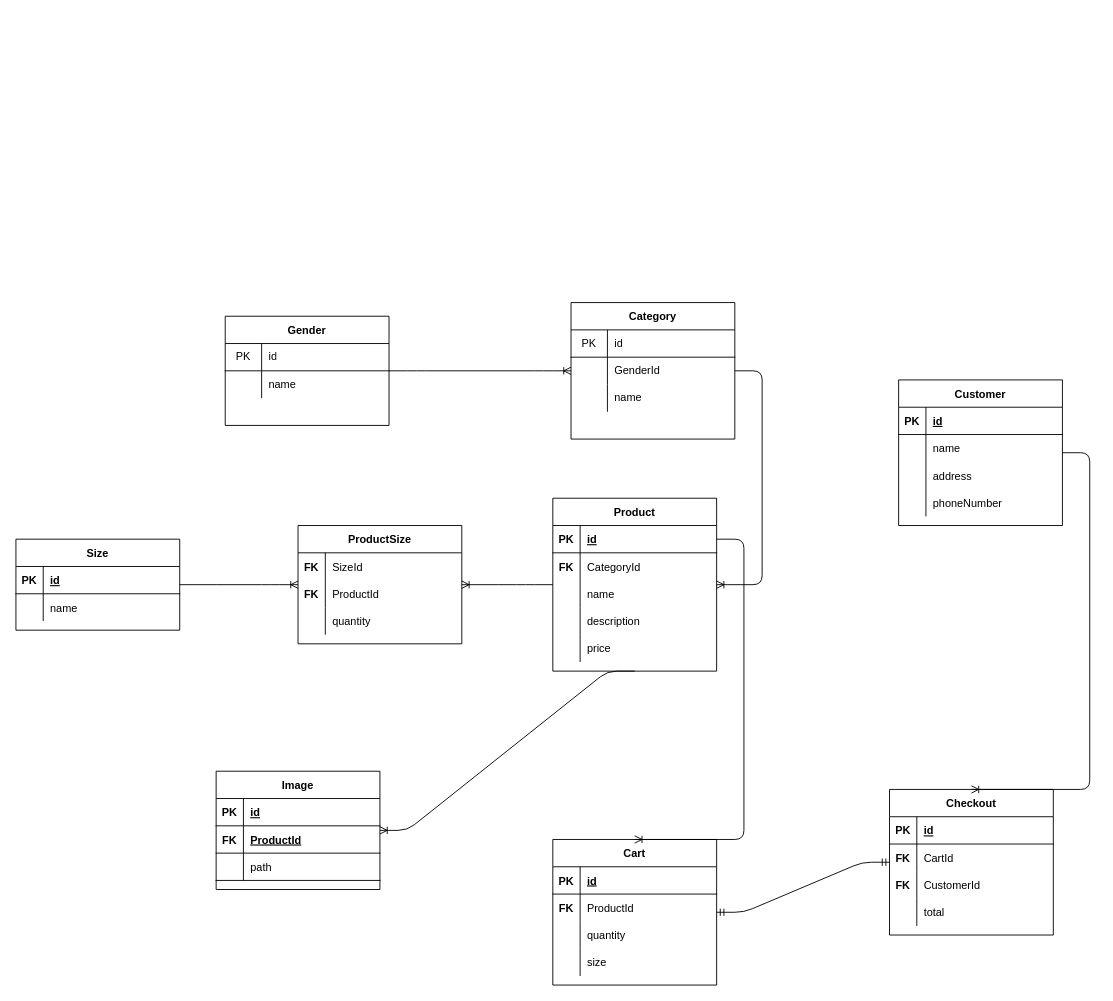
The draw.io diagram page "Relational" (2 of 2) of UML/sequelize-cli.drawio in pOpPyShield/EcommerceWebFinal, before the edit. Source tidied: cells renumbered, new cells numbered last; positions are measured from the earlier drawing's top-left corner, leaving out a move shared by most shapes. Both pictures are drawn from the tidied source at 91%, with x=0, y=0 at pixel (15, 302).
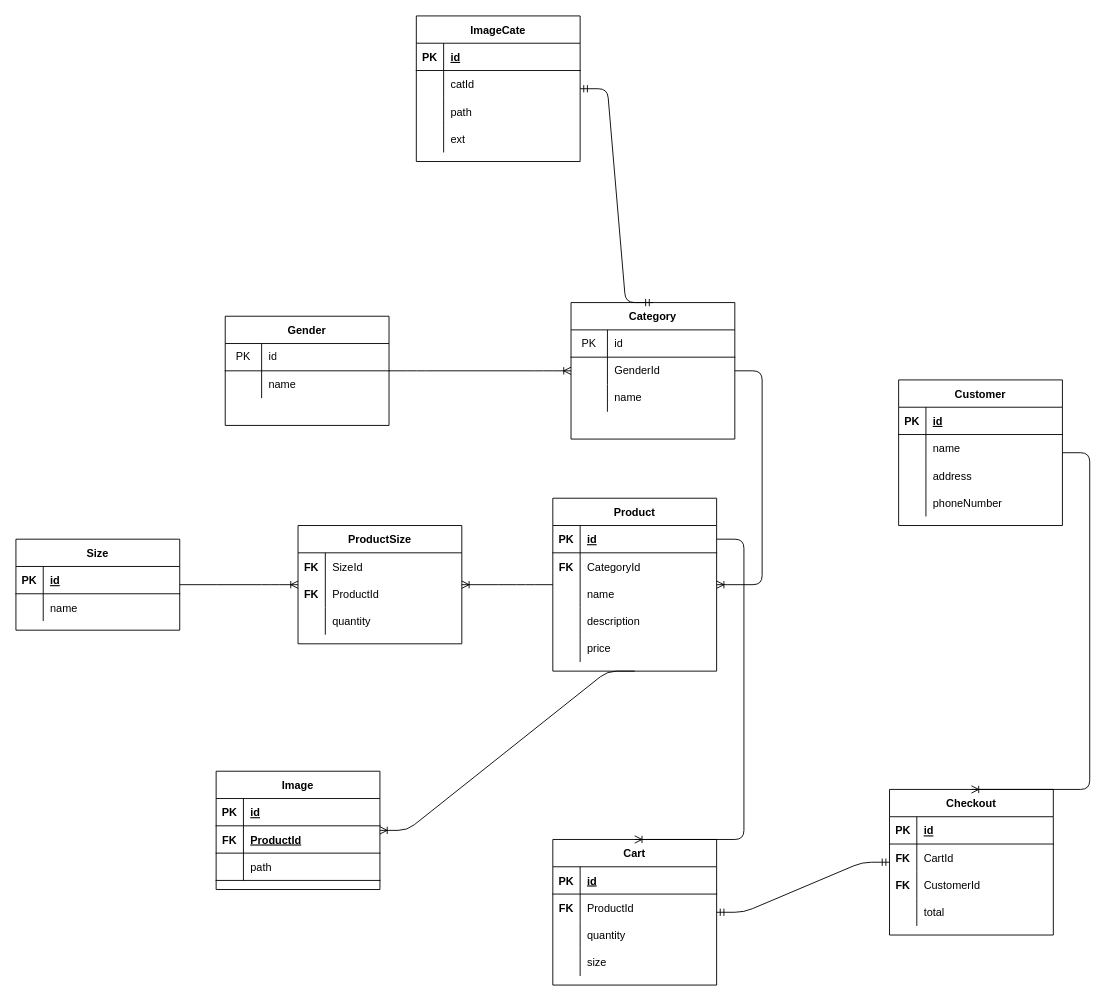
After the change.

The change refers to these unchanged cells:
```xml
<mxCell id="9" value="Category" style="shape=table;startSize=30;childLayout=tableLayout;rowLines=0;fontStyle=1;align=center;" parent="1" vertex="1">
  <mxGeometry x="610" width="180" height="150" as="geometry" />
</mxCell>
```

What changed in the source:
```diff
@@
+    <mxCell id="109" value="ImageCate" style="shape=table;startSize=30;childLayout=tableLayout;rowLines=0;fontStyle=1;align=center;" parent="1" vertex="1">
+      <mxGeometry x="440" y="-315" width="180" height="160" as="geometry" />
+    </mxCell>
+    <mxCell id="110" style="shape=partialRectangle;fillColor=none;top=0;left=0;bottom=1;right=0;" parent="109" vertex="1">
+      <mxGeometry y="30" width="180" height="30" as="geometry" />
+    </mxCell>
+    <mxCell id="111" value="PK" style="shape=partialRectangle;fillColor=none;top=0;left=0;bottom=0;right=0;fontStyle=1;overflow=hidden;" parent="110" vertex="1">
+      <mxGeometry width="30" height="30" as="geometry" />
+    </mxCell>
+    <mxCell id="112" value="id" style="shape=partialRectangle;fillColor=none;top=0;left=0;bottom=0;right=0;align=left;spacingLeft=6;fontStyle=5;overflow=hidden;" parent="110" vertex="1">
+      <mxGeometry x="30" width="150" height="30" as="geometry" />
+    </mxCell>
+    <mxCell id="113" style="shape=partialRectangle;fillColor=none;top=0;left=0;bottom=0;right=0;" parent="109" vertex="1">
+      <mxGeometry y="60" width="180" height="30" as="geometry" />
+    </mxCell>
+    <mxCell id="114" style="shape=partialRectangle;fillColor=none;top=0;left=0;bottom=0;right=0;overflow=hidden;" parent="113" vertex="1">
+      <mxGeometry width="30" height="30" as="geometry" />
+    </mxCell>
+    <mxCell id="115" value="catId" style="shape=partialRectangle;fillColor=none;top=0;left=0;bottom=0;right=0;align=left;spacingLeft=6;overflow=hidden;" parent="113" vertex="1">
+      <mxGeometry x="30" width="150" height="30" as="geometry" />
+    </mxCell>
+    <mxCell id="116" style="shape=partialRectangle;fillColor=none;top=0;left=0;bottom=0;right=0;" parent="109" vertex="1">
+      <mxGeometry y="90" width="180" height="30" as="geometry" />
+    </mxCell>
+    <mxCell id="117" style="shape=partialRectangle;fillColor=none;top=0;left=0;bottom=0;right=0;overflow=hidden;" parent="116" vertex="1">
+      <mxGeometry width="30" height="30" as="geometry" />
+    </mxCell>
+    <mxCell id="118" value="path" style="shape=partialRectangle;fillColor=none;top=0;left=0;bottom=0;right=0;align=left;spacingLeft=6;overflow=hidden;" parent="116" vertex="1">
+      <mxGeometry x="30" width="150" height="30" as="geometry" />
+    </mxCell>
+    <mxCell id="119" style="shape=partialRectangle;fillColor=none;top=0;left=0;bottom=0;right=0;" parent="109" vertex="1">
+      <mxGeometry y="120" width="180" height="30" as="geometry" />
+    </mxCell>
+    <mxCell id="120" style="shape=partialRectangle;fillColor=none;top=0;left=0;bottom=0;right=0;overflow=hidden;" parent="119" vertex="1">
+      <mxGeometry width="30" height="30" as="geometry" />
+    </mxCell>
+    <mxCell id="121" value="ext" style="shape=partialRectangle;fillColor=none;top=0;left=0;bottom=0;right=0;align=left;spacingLeft=6;overflow=hidden;" parent="119" vertex="1">
+      <mxGeometry x="30" width="150" height="30" as="geometry" />
+    </mxCell>
+    <mxCell id="122" style="edgeStyle=entityRelationEdgeStyle;fontSize=12;html=1;endArrow=ERmandOne;startArrow=ERmandOne;exitX=0.5;exitY=0;exitDx=0;exitDy=0;" parent="1" edge="1" source="9" target="109">
+      <mxGeometry relative="1" as="geometry" />
+    </mxCell>
```
